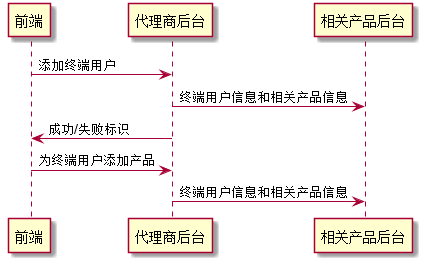
Above: picture/代理商添加终端.png in xuyixin1/pictureServer (PlantUML), before the change. Its diagram source:
```plantuml
@startuml
前端 -> 代理商后台: 添加终端用户
代理商后台 -> 相关产品后台: 终端用户信息和相关产品信息
代理商后台 -> 前端: 成功/失败标识
前端 -> 代理商后台: 为终端用户添加产品
代理商后台 -> 相关产品后台: 终端用户信息和相关产品信息
@enduml
```
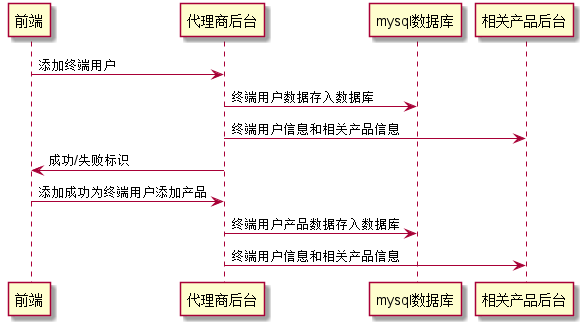
Later version of the same file.

The edit, as a diff of the source:
```diff
@@ -1,7 +1,9 @@
 @startuml
 前端 -> 代理商后台: 添加终端用户
+代理商后台 -> mysql数据库: 终端用户数据存入数据库
 代理商后台 -> 相关产品后台: 终端用户信息和相关产品信息
 代理商后台 -> 前端: 成功/失败标识
-前端 -> 代理商后台: 为终端用户添加产品
+前端 -> 代理商后台:  添加成功为终端用户添加产品
+代理商后台 -> mysql数据库: 终端用户产品数据存入数据库
 代理商后台 -> 相关产品后台: 终端用户信息和相关产品信息
 @enduml
```
